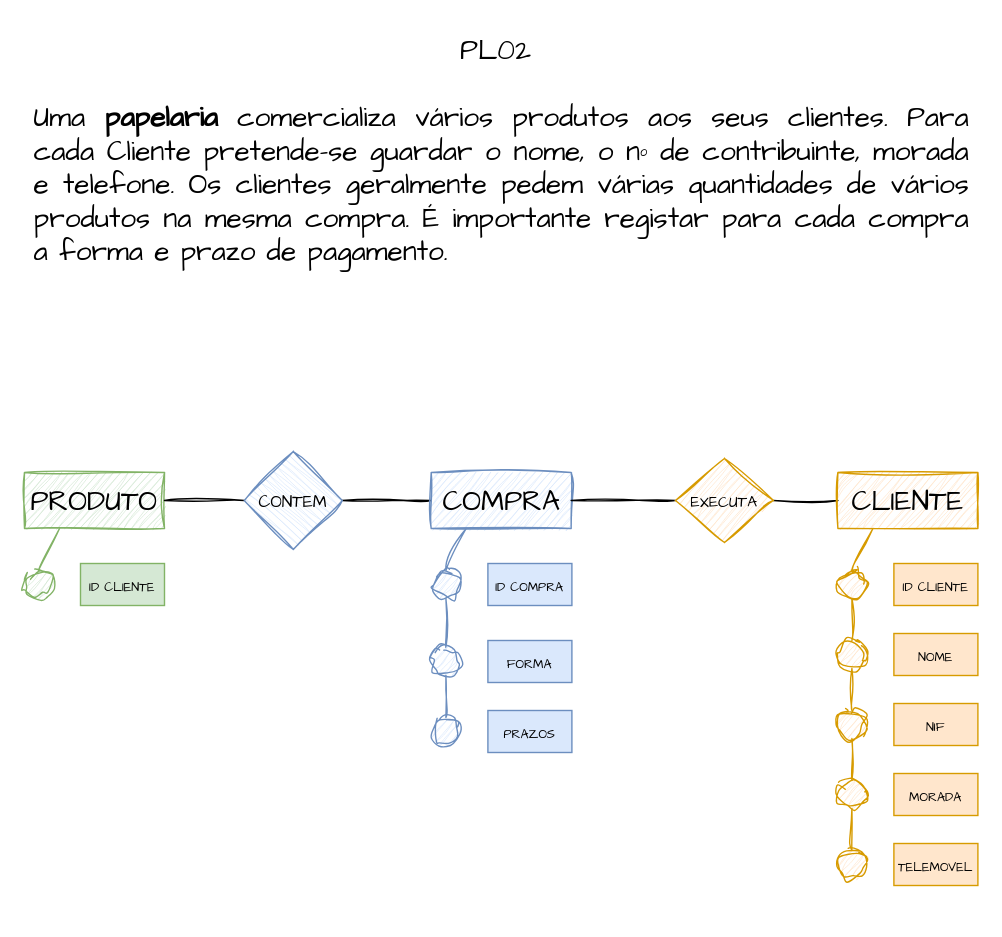
This is pl02.drawio from NeanderFontes/ItCenter-DB, a draw.io file, before an edit. Source tidied: cells renumbered, new cells numbered last; positions are measured from the earlier drawing's top-left corner, leaving out a move shared by most shapes. Both pictures are drawn from the tidied source at 140%, with x=0, y=0 at pixel (24, 24).
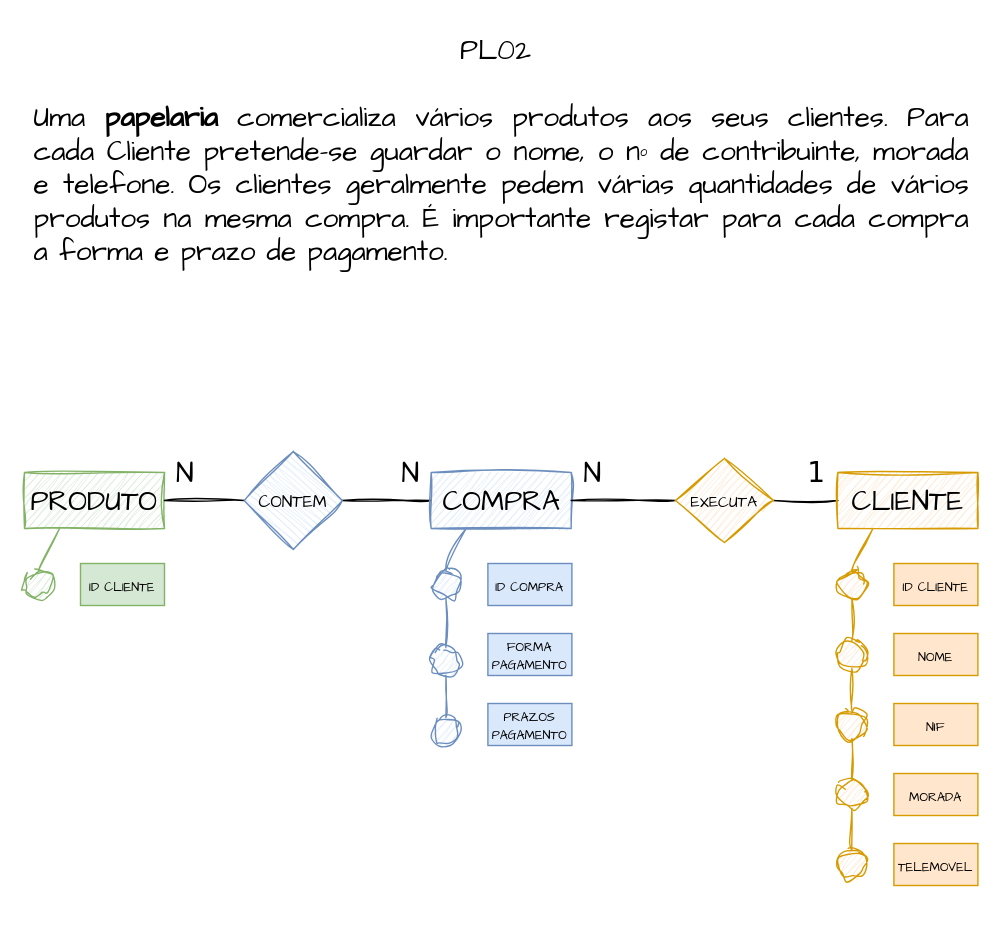
The same page after the edit.

The edit, as a diff of the source:
```diff
@@
-    <mxCell id="33" value="&lt;p style=&quot;line-height: 130%;&quot;&gt;&lt;font style=&quot;font-size: 9px;&quot;&gt;FORMA&lt;/font&gt;&lt;/p&gt;" style="text;html=1;strokeColor=#6c8ebf;fillColor=#dae8fc;align=center;verticalAlign=middle;whiteSpace=wrap;rounded=0;fontSize=20;fontFamily=Architects Daughter;" parent="1" vertex="1">
-      <mxGeometry x="331" y="440" width="60" height="30" as="geometry" />
+    <mxCell id="33" value="&lt;p style=&quot;line-height: 43%;&quot;&gt;&lt;font style=&quot;font-size: 9px;&quot;&gt;FORMA PAGAMENTO&lt;/font&gt;&lt;/p&gt;" style="text;html=1;strokeColor=#6c8ebf;fillColor=#dae8fc;align=center;verticalAlign=middle;whiteSpace=wrap;rounded=0;fontSize=20;fontFamily=Architects Daughter;" parent="1" vertex="1">
+      <mxGeometry x="331" y="435" width="60" height="30" as="geometry" />
     </mxCell>
-    <mxCell id="34" value="&lt;p style=&quot;line-height: 130%;&quot;&gt;&lt;font style=&quot;font-size: 9px;&quot;&gt;PRAZOS&lt;/font&gt;&lt;/p&gt;" style="text;html=1;strokeColor=#6c8ebf;fillColor=#dae8fc;align=center;verticalAlign=middle;whiteSpace=wrap;rounded=0;fontSize=20;fontFamily=Architects Daughter;" parent="1" vertex="1">
-      <mxGeometry x="331" y="490" width="60" height="30" as="geometry" />
+    <mxCell id="34" value="&lt;p style=&quot;line-height: 47%;&quot;&gt;&lt;font style=&quot;font-size: 9px;&quot;&gt;PRAZOS PAGAMENTO&lt;/font&gt;&lt;/p&gt;" style="text;html=1;strokeColor=#6c8ebf;fillColor=#dae8fc;align=center;verticalAlign=middle;whiteSpace=wrap;rounded=0;fontSize=20;fontFamily=Architects Daughter;" parent="1" vertex="1">
+      <mxGeometry x="331" y="485" width="60" height="30" as="geometry" />
     </mxCell>
@@
+    <mxCell id="39" value="&lt;p style=&quot;line-height: 110%;&quot;&gt;N&lt;/p&gt;" style="text;html=1;strokeColor=none;fillColor=none;align=center;verticalAlign=middle;whiteSpace=wrap;rounded=0;fontSize=20;fontFamily=Architects Daughter;" parent="1" vertex="1">
+      <mxGeometry x="100" y="305" width="30" height="30" as="geometry" />
+    </mxCell>
+    <mxCell id="40" value="&lt;p style=&quot;line-height: 110%;&quot;&gt;N&lt;/p&gt;" style="text;html=1;strokeColor=none;fillColor=none;align=center;verticalAlign=middle;whiteSpace=wrap;rounded=0;fontSize=20;fontFamily=Architects Daughter;" parent="1" vertex="1">
+      <mxGeometry x="260.5" y="305" width="30" height="30" as="geometry" />
+    </mxCell>
+    <mxCell id="41" value="&lt;p style=&quot;line-height: 110%;&quot;&gt;N&lt;/p&gt;" style="text;html=1;strokeColor=none;fillColor=none;align=center;verticalAlign=middle;whiteSpace=wrap;rounded=0;fontSize=20;fontFamily=Architects Daughter;" parent="1" vertex="1">
+      <mxGeometry x="391" y="305" width="30" height="30" as="geometry" />
+    </mxCell>
+    <mxCell id="42" value="&lt;p style=&quot;line-height: 110%;&quot;&gt;&lt;font face=&quot;Verdana&quot;&gt;1&lt;/font&gt;&lt;/p&gt;" style="text;html=1;strokeColor=none;fillColor=none;align=center;verticalAlign=middle;whiteSpace=wrap;rounded=0;fontSize=20;fontFamily=Architects Daughter;" parent="1" vertex="1">
+      <mxGeometry x="551" y="305" width="30" height="30" as="geometry" />
+    </mxCell>
```
